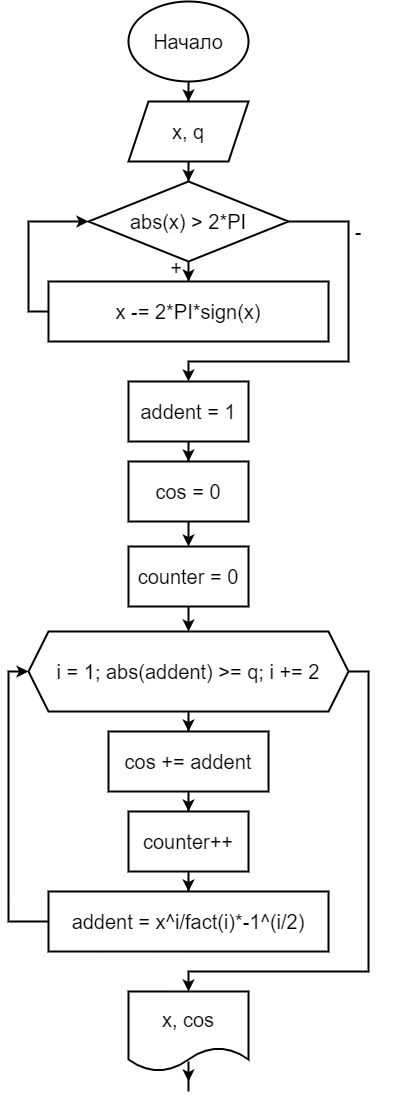
ga1kokuj1n/Lab2 keeps this draw.io diagram as Lab2.4/Lab2.4.drawio.png. Above is the earlier version. Source tidied: cells renumbered, new cells last; positions are measured from the earlier drawing's top-left corner, leaving out a move shared by most shapes.
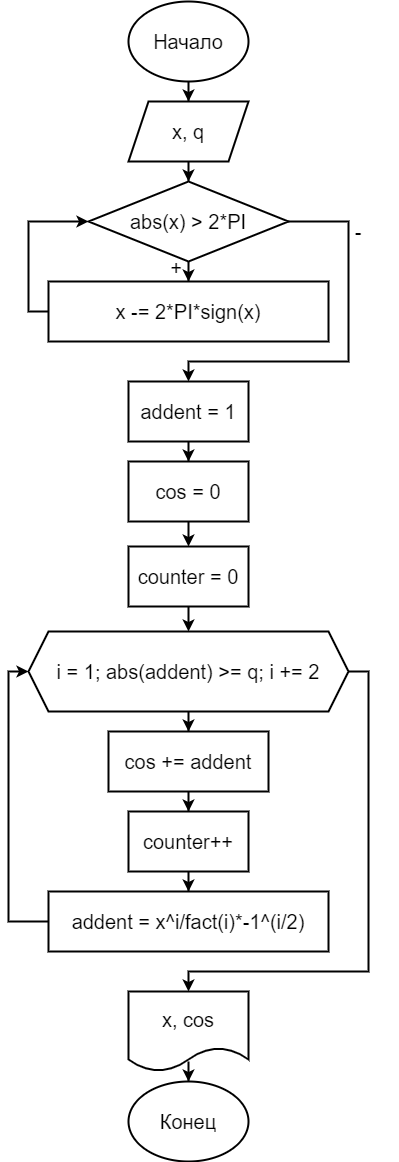
The same file after the commit.

What changed in the source:
```diff
@@ -84,14 +84,15 @@
     <mxCell id="21" value="addent = x^i/fact(i)*-1^(i/2)" style="rounded=0;whiteSpace=wrap;html=1;fontSize=20;strokeWidth=2;" parent="1" vertex="1">
       <mxGeometry x="40" y="890" width="280" height="60" as="geometry" />
     </mxCell>
-    <mxCell id="22" style="edgeStyle=orthogonalEdgeStyle;rounded=0;jettySize=auto;html=1;entryX=0.5;entryY=0;entryDx=0;entryDy=0;fontSize=20;strokeWidth=2;" parent="1" edge="1" source="23">
-      <mxGeometry relative="1" as="geometry">
-        <mxPoint x="180" y="1080" as="targetPoint" />
-      </mxGeometry>
+    <mxCell id="22" style="edgeStyle=orthogonalEdgeStyle;rounded=0;jettySize=auto;html=1;entryX=0.5;entryY=0;entryDx=0;entryDy=0;fontSize=20;strokeWidth=2;" parent="1" edge="1" source="23" target="30">
+      <mxGeometry relative="1" as="geometry" />
     </mxCell>
     <mxCell id="23" value="x, cos" style="shape=document;whiteSpace=wrap;html=1;boundedLbl=1;fontSize=20;strokeWidth=2;" parent="1" vertex="1">
       <mxGeometry x="120" y="990" width="120" height="80" as="geometry" />
     </mxCell>
+    <mxCell id="30" value="&lt;span style=&quot;font-size: 20px&quot;&gt;Конец&lt;br&gt;&lt;/span&gt;" style="ellipse;whiteSpace=wrap;html=1;strokeWidth=2;" parent="1" vertex="1">
+      <mxGeometry x="120" y="1080" width="120" height="80" as="geometry" />
+    </mxCell>
     <mxCell id="24" style="edgeStyle=orthogonalEdgeStyle;rounded=0;jettySize=auto;html=1;entryX=0.5;entryY=0;entryDx=0;entryDy=0;fontSize=20;strokeWidth=2;" parent="1" edge="1" source="25" target="21">
       <mxGeometry relative="1" as="geometry" />
     </mxCell>
```
